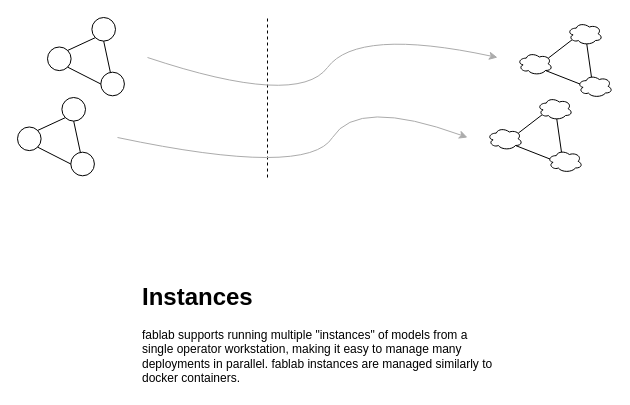
Before: docs/drawio/concepts/03-instance.drawio in openziti/fablab, a draw.io diagram. Source tidied: cells renumbered, new cells numbered last; positions are measured from the earlier drawing's top-left corner, leaving out a move shared by most shapes. Both pictures are drawn from the tidied source at 100%, with x=0, y=0 at pixel (17, 17).
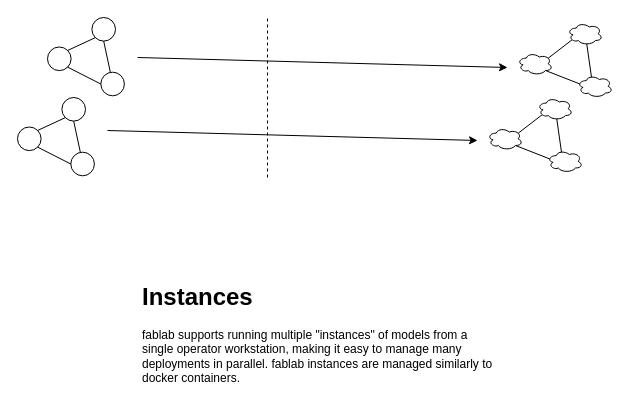
Above is the later version.

What changed in the source:
```diff
@@
-    <mxCell id="3" style="curved=1;endArrow=classic;html=1;strokeColor=#ABABAB;" parent="1" edge="1">
-      <mxGeometry relative="1" as="geometry">
-        <mxPoint x="130" y="40" as="sourcePoint" />
-        <mxPoint x="480" y="40" as="targetPoint" />
-        <Array as="points">
-          <mxPoint x="280" y="90" />
-          <mxPoint x="340" y="10" />
-        </Array>
-      </mxGeometry>
-    </mxCell>
@@
-    <mxCell id="19" style="curved=1;endArrow=classic;html=1;strokeColor=#ABABAB;" parent="1" edge="1">
-      <mxGeometry relative="1" as="geometry">
-        <mxPoint x="100" y="120" as="sourcePoint" />
-        <mxPoint x="450" y="120" as="targetPoint" />
-        <Array as="points">
-          <mxPoint x="290" y="160" />
-          <mxPoint x="340" y="80" />
-        </Array>
-      </mxGeometry>
-    </mxCell>
@@
+    <mxCell id="34" style="endArrow=classic;html=1;" parent="1" edge="1">
+      <mxGeometry relative="1" as="geometry">
+        <mxPoint x="120" y="40" as="sourcePoint" />
+        <mxPoint x="490" y="50" as="targetPoint" />
+      </mxGeometry>
+    </mxCell>
+    <mxCell id="35" style="endArrow=classic;html=1;" parent="1" edge="1">
+      <mxGeometry relative="1" as="geometry">
+        <mxPoint x="90" y="113" as="sourcePoint" />
+        <mxPoint x="460" y="123" as="targetPoint" />
+      </mxGeometry>
+    </mxCell>
```
